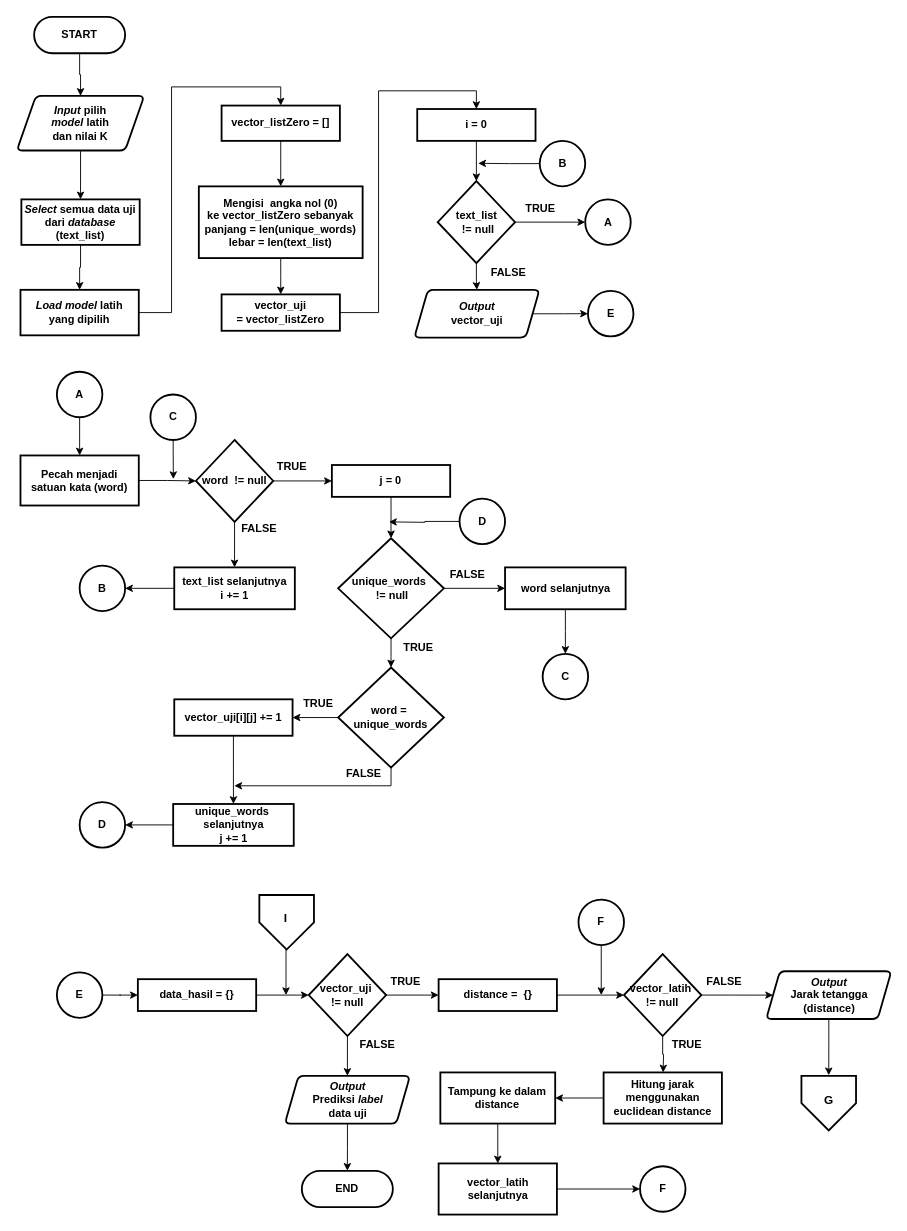
Earlier version of the draw.io diagram Dokumen TA/Paper/Flowchart/Flowchart proses klaisifikasi-pisah-1.drawio (muspriandi/TextMining-SentimentAnalysis). Source tidied: cells renumbered, new cells numbered last; positions are measured from the earlier drawing's top-left corner, leaving out a move shared by most shapes. Both pictures are drawn from the tidied source at 91%, with x=0, y=0 at pixel (16, 16).
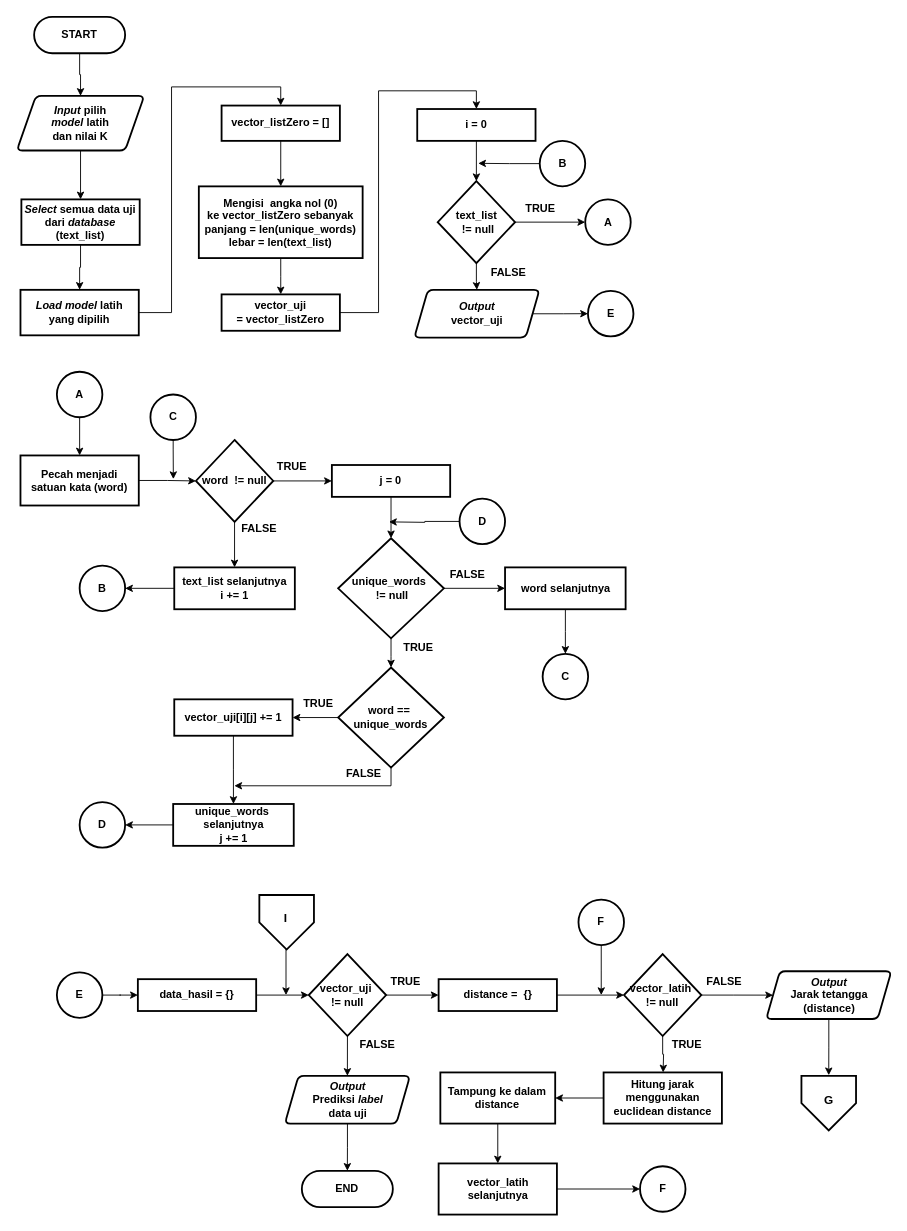
After the change.

Change to the diagram source:
```diff
@@
-    <mxCell id="26" value="word =&amp;nbsp;&lt;br&gt;&lt;b&gt;unique_words&lt;/b&gt;" style="strokeWidth=2;html=1;shape=mxgraph.flowchart.decision;whiteSpace=wrap;fontStyle=1;" parent="1" vertex="1">
+    <mxCell id="26" value="word ==&amp;nbsp;&lt;br&gt;&lt;b&gt;unique_words&lt;/b&gt;" style="strokeWidth=2;html=1;shape=mxgraph.flowchart.decision;whiteSpace=wrap;fontStyle=1;" parent="1" vertex="1">
       <mxGeometry x="353.1" y="715" width="116.2" height="110" as="geometry" />
     </mxCell>
```
